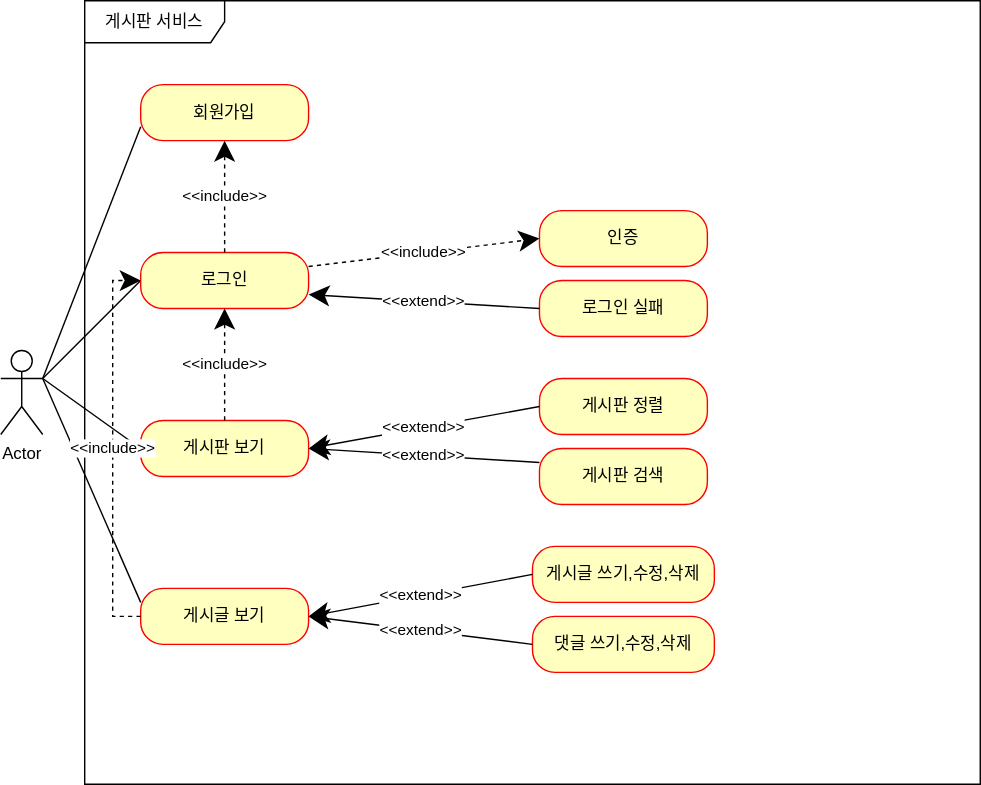
Earlier version of the draw.io export document/use-case.svg (Horsebeee/project-board). Source tidied: cells renumbered, new cells last; positions are measured from the earlier drawing's top-left corner, leaving out a move shared by most shapes.
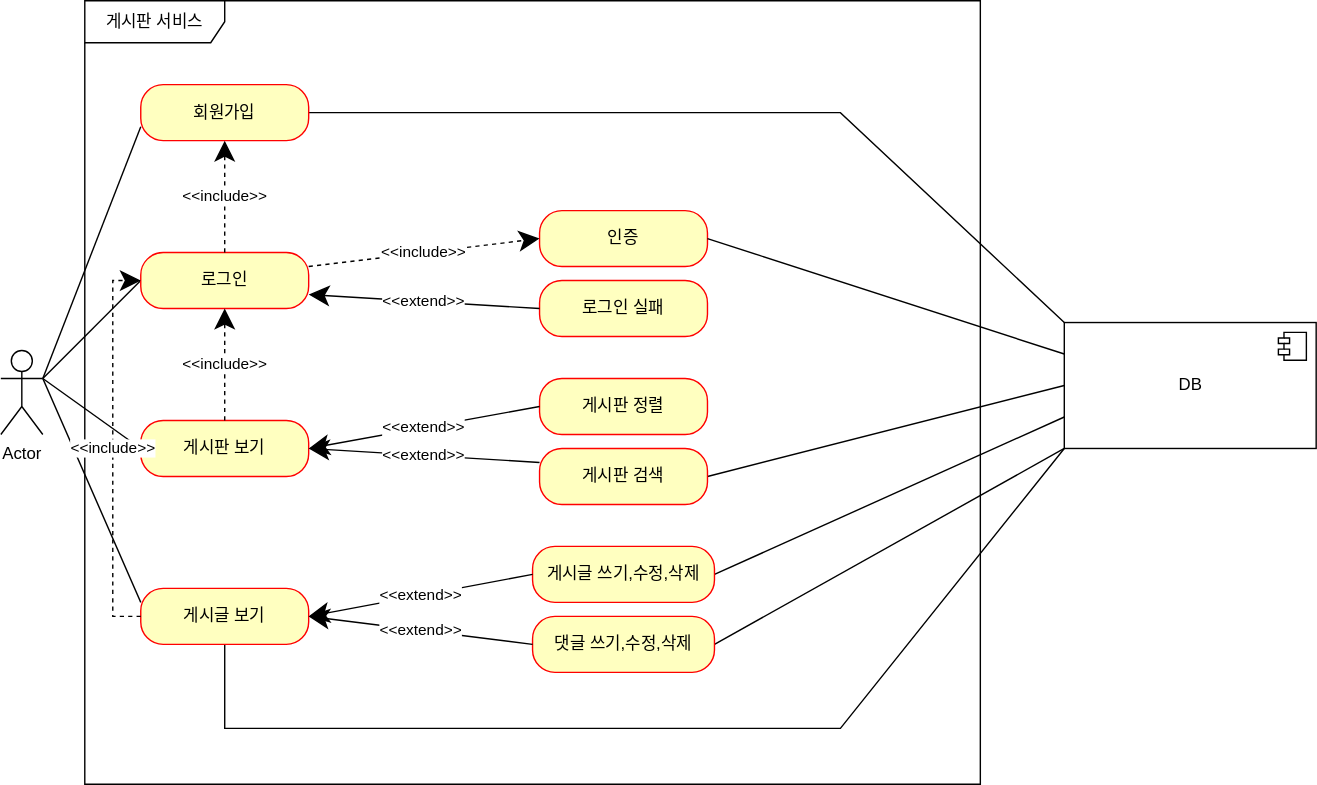
The same diagram one commit later.

The edit, as a diff of the source:
```diff
@@ -8,6 +8,15 @@
     <mxCell id="3" value="게시판 서비스&lt;br&gt;" style="shape=umlFrame;whiteSpace=wrap;html=1;width=100;height=30;" parent="1" vertex="1">
       <mxGeometry x="60" width="640" height="560" as="geometry" />
     </mxCell>
+    <mxCell id="27" style="edgeStyle=none;rounded=0;jettySize=auto;html=1;exitX=0.5;exitY=1;exitDx=0;exitDy=0;endArrow=none;endFill=0;" parent="1" edge="1" source="4">
+      <mxGeometry relative="1" as="geometry">
+        <mxPoint x="760" y="320" as="targetPoint" />
+        <Array as="points">
+          <mxPoint x="160" y="520" />
+          <mxPoint x="600" y="520" />
+        </Array>
+      </mxGeometry>
+    </mxCell>
     <mxCell id="4" value="게시글 보기" style="rounded=1;whiteSpace=wrap;html=1;arcSize=40;fontColor=#000000;fillColor=#ffffc0;strokeColor=#ff0000;" parent="1" vertex="1">
       <mxGeometry x="100" y="420" width="120" height="40" as="geometry" />
     </mxCell>
@@ -20,6 +29,13 @@
     <mxCell id="7" value="로그인" style="rounded=1;whiteSpace=wrap;html=1;arcSize=40;fontColor=#000000;fillColor=#ffffc0;strokeColor=#ff0000;" parent="1" vertex="1">
       <mxGeometry x="100" y="180" width="120" height="40" as="geometry" />
     </mxCell>
+    <mxCell id="28" style="edgeStyle=none;rounded=0;jettySize=auto;html=1;exitX=1;exitY=0.5;exitDx=0;exitDy=0;entryX=0;entryY=0;entryDx=0;entryDy=0;endArrow=none;endFill=0;" parent="1" edge="1" source="8" target="33">
+      <mxGeometry relative="1" as="geometry">
+        <Array as="points">
+          <mxPoint x="600" y="80" />
+        </Array>
+      </mxGeometry>
+    </mxCell>
     <mxCell id="8" value="회원가입" style="rounded=1;whiteSpace=wrap;html=1;arcSize=40;fontColor=#000000;fillColor=#ffffc0;strokeColor=#ff0000;" parent="1" vertex="1">
       <mxGeometry x="100" y="60" width="120" height="40" as="geometry" />
     </mxCell>
@@ -32,12 +48,21 @@
     <mxCell id="11" value="게시판 정렬" style="rounded=1;whiteSpace=wrap;html=1;arcSize=40;fontColor=#000000;fillColor=#ffffc0;strokeColor=#ff0000;" parent="1" vertex="1">
       <mxGeometry x="385" y="270" width="120" height="40" as="geometry" />
     </mxCell>
+    <mxCell id="29" style="edgeStyle=none;rounded=0;jettySize=auto;html=1;exitX=1;exitY=0.5;exitDx=0;exitDy=0;entryX=0;entryY=0.5;entryDx=0;entryDy=0;endArrow=none;endFill=0;" parent="1" edge="1" source="12" target="33">
+      <mxGeometry relative="1" as="geometry" />
+    </mxCell>
     <mxCell id="12" value="게시판 검색" style="rounded=1;whiteSpace=wrap;html=1;arcSize=40;fontColor=#000000;fillColor=#ffffc0;strokeColor=#ff0000;" parent="1" vertex="1">
       <mxGeometry x="385" y="320" width="120" height="40" as="geometry" />
     </mxCell>
+    <mxCell id="30" style="edgeStyle=none;rounded=0;jettySize=auto;html=1;exitX=1;exitY=0.5;exitDx=0;exitDy=0;entryX=0;entryY=0.75;entryDx=0;entryDy=0;endArrow=none;endFill=0;" parent="1" edge="1" source="13" target="33">
+      <mxGeometry relative="1" as="geometry" />
+    </mxCell>
     <mxCell id="13" value="게시글 쓰기,수정,삭제" style="rounded=1;whiteSpace=wrap;html=1;arcSize=40;fontColor=#000000;fillColor=#ffffc0;strokeColor=#ff0000;" parent="1" vertex="1">
       <mxGeometry x="380" y="390" width="130" height="40" as="geometry" />
     </mxCell>
+    <mxCell id="31" style="edgeStyle=none;rounded=0;jettySize=auto;html=1;exitX=1;exitY=0.5;exitDx=0;exitDy=0;entryX=0;entryY=1;entryDx=0;entryDy=0;endArrow=none;endFill=0;" parent="1" edge="1" source="14" target="33">
+      <mxGeometry relative="1" as="geometry" />
+    </mxCell>
     <mxCell id="14" value="댓글 쓰기,수정,삭제" style="rounded=1;whiteSpace=wrap;html=1;arcSize=40;fontColor=#000000;fillColor=#ffffc0;strokeColor=#ff0000;" parent="1" vertex="1">
       <mxGeometry x="380" y="440" width="130" height="40" as="geometry" />
     </mxCell>
@@ -84,5 +109,16 @@
     <mxCell id="26" value="&amp;lt;&amp;lt;extend&amp;gt;&amp;gt;" style="endArrow=classic;endSize=12;endFill=1;html=1;rounded=0;exitX=0;exitY=0.5;exitDx=0;exitDy=0;entryX=1;entryY=0.5;entryDx=0;entryDy=0;" parent="1" edge="1" source="14" target="4">
       <mxGeometry relative="1" as="geometry" />
     </mxCell>
+    <mxCell id="32" style="rounded=0;jettySize=auto;html=1;exitX=0;exitY=0.25;exitDx=0;exitDy=0;entryX=1;entryY=0.5;entryDx=0;entryDy=0;endArrow=none;endFill=0;" parent="1" edge="1" source="33" target="9">
+      <mxGeometry relative="1" as="geometry" />
+    </mxCell>
+    <mxCell id="33" value="DB&lt;br&gt;" style="html=1;" parent="1" vertex="1">
+      <mxGeometry x="760" y="230" width="180" height="90" as="geometry" />
+    </mxCell>
+    <mxCell id="34" style="shape=module;jettyWidth=8;jettyHeight=4;" parent="33" vertex="1">
+      <mxGeometry x="1" width="20" height="20" relative="1" as="geometry">
+        <mxPoint x="-27" y="7" as="offset" />
+      </mxGeometry>
+    </mxCell>
   </root>
 </mxGraphModel>
```
